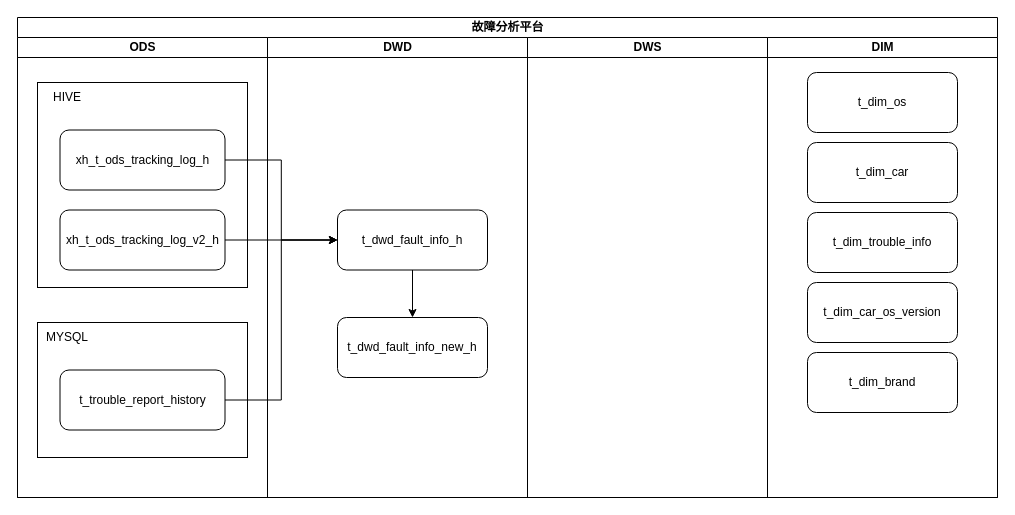
Before: 故障分析平台-代码实现流程图.drawio in shaozc3g/draw_io, a draw.io diagram. Source tidied: cells renumbered, new cells numbered last; positions are measured from the earlier drawing's top-left corner, leaving out a move shared by most shapes. Both pictures are drawn from the tidied source at 100%, with x=0, y=0 at pixel (17, 17).
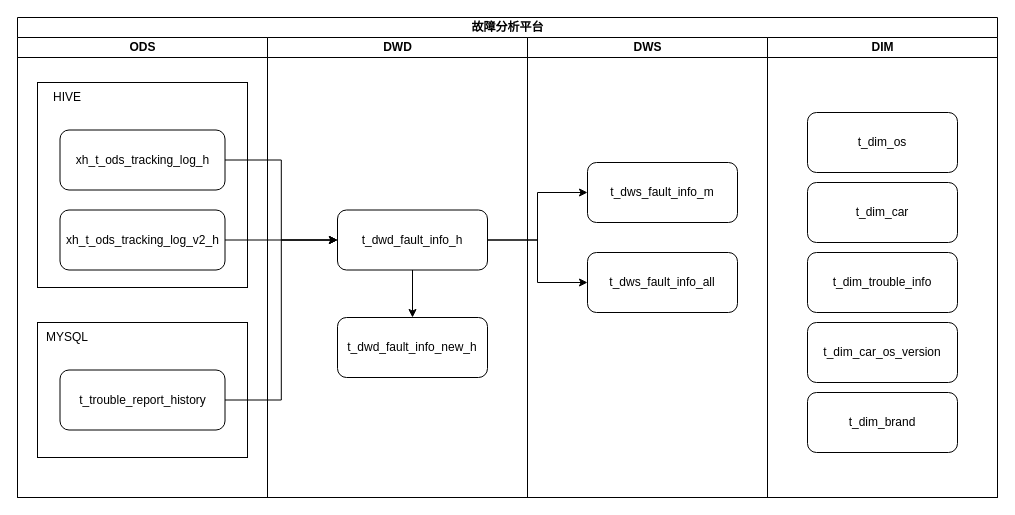
Above is the later version.

Commit message:
更新故障分析平台-代码实现流程图.drawio

Unchanged cells that the change refers to:
```xml
<mxCell id="2" value="故障分析平台" style="swimlane;startSize=20;html=1;" parent="1" vertex="1">
  <mxGeometry width="980" height="480" as="geometry" />
</mxCell>
<mxCell id="13" value="t_dwd_fault_info_h" style="rounded=1;whiteSpace=wrap;html=1;" parent="11" vertex="1">
  <mxGeometry x="70" y="172.5" width="150" height="60" as="geometry" />
</mxCell>
<mxCell id="15" value="DWS" style="swimlane;startSize=20;html=1;" parent="2" vertex="1">
  <mxGeometry x="510" y="20" width="240" height="460" as="geometry" />
</mxCell>
<mxCell id="16" value="DIM" style="swimlane;startSize=20;html=1;" parent="2" vertex="1">
  <mxGeometry x="750" y="20" width="230" height="460" as="geometry" />
</mxCell>
```

Diff of the diagram source:
```diff
@@
+    <mxCell id="25" value="t_dws_fault_info_m" style="rounded=1;whiteSpace=wrap;html=1;" parent="15" vertex="1">
+      <mxGeometry x="60" y="125" width="150" height="60" as="geometry" />
+    </mxCell>
+    <mxCell id="26" value="t_dws_fault_info_all" style="rounded=1;whiteSpace=wrap;html=1;" parent="15" vertex="1">
+      <mxGeometry x="60" y="215" width="150" height="60" as="geometry" />
+    </mxCell>
@@
     <mxCell id="17" value="t_dim_car_os_version" style="rounded=1;whiteSpace=wrap;html=1;" parent="16" vertex="1">
-      <mxGeometry x="40" y="245" width="150" height="60" as="geometry" />
+      <mxGeometry x="40" y="285" width="150" height="60" as="geometry" />
     </mxCell>
     <mxCell id="18" value="t_dim_trouble_info" style="rounded=1;whiteSpace=wrap;html=1;" parent="16" vertex="1">
-      <mxGeometry x="40" y="175" width="150" height="60" as="geometry" />
+      <mxGeometry x="40" y="215" width="150" height="60" as="geometry" />
     </mxCell>
     <mxCell id="19" value="t_dim_car" style="rounded=1;whiteSpace=wrap;html=1;" parent="16" vertex="1">
-      <mxGeometry x="40" y="105" width="150" height="60" as="geometry" />
+      <mxGeometry x="40" y="145" width="150" height="60" as="geometry" />
     </mxCell>
     <mxCell id="20" value="t_dim_os" style="rounded=1;whiteSpace=wrap;html=1;" parent="16" vertex="1">
-      <mxGeometry x="40" y="35" width="150" height="60" as="geometry" />
+      <mxGeometry x="40" y="75" width="150" height="60" as="geometry" />
     </mxCell>
     <mxCell id="21" value="t_dim_brand" style="rounded=1;whiteSpace=wrap;html=1;" parent="16" vertex="1">
-      <mxGeometry x="40" y="315" width="150" height="60" as="geometry" />
+      <mxGeometry x="40" y="355" width="150" height="60" as="geometry" />
     </mxCell>
@@
+    <mxCell id="27" style="edgeStyle=orthogonalEdgeStyle;rounded=0;jettySize=auto;html=1;exitX=1;exitY=0.5;exitDx=0;exitDy=0;entryX=0;entryY=0.5;entryDx=0;entryDy=0;" parent="2" edge="1" source="13" target="25">
+      <mxGeometry relative="1" as="geometry" />
+    </mxCell>
+    <mxCell id="28" style="edgeStyle=orthogonalEdgeStyle;rounded=0;jettySize=auto;html=1;exitX=1;exitY=0.5;exitDx=0;exitDy=0;entryX=0;entryY=0.5;entryDx=0;entryDy=0;" parent="2" edge="1" source="13" target="26">
+      <mxGeometry relative="1" as="geometry" />
+    </mxCell>
```
